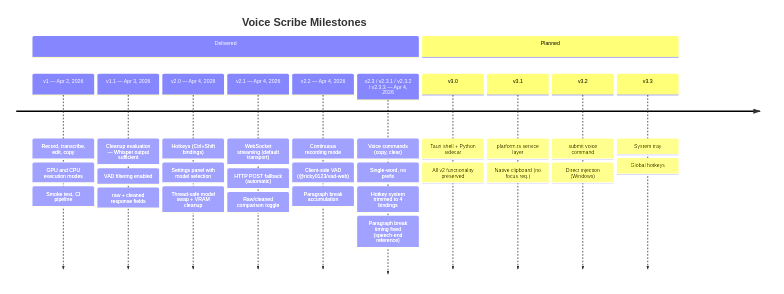
This is docs/v3/presentation/images/milestone-timeline.png from JohnYanez95/voice-scribe, a Mermaid export, as it was before one commit. Its source is kept beside it as docs/diagrams/milestone-timeline.mmd. Source of this version:
```mermaid
timeline
    title Voice Scribe Milestones
    section Delivered
        v1 — Apr 2, 2026
            : Record, transcribe, edit, copy
            : GPU and CPU execution modes
            : Smoke test, CI pipeline
        v1.1 — Apr 3, 2026
            : Cleanup evaluation — Whisper output sufficient
            : VAD filtering enabled
            : raw + cleaned response fields
        v2.0 — Apr 4, 2026
            : Hotkeys (Ctrl+Shift bindings)
            : Settings panel with model selection
            : Thread-safe model swap + VRAM cleanup
        v2.1 — Apr 4, 2026
            : WebSocket streaming (default transport)
            : HTTP POST fallback (automatic)
            : Raw/cleaned comparison toggle
        v2.2 — Apr 4, 2026
            : Continuous recording mode
            : Client-side VAD (@ricky0123/vad-web)
            : Paragraph break accumulation
        v2.3 / v2.3.1 / v2.3.2 / v2.3.3 — Apr 4, 2026
            : Voice commands (copy, clear)
            : Single-word, no prefix
            : Hotkey system trimmed to 4 bindings
            : Paragraph break timing fixed (speech-end reference)
        v3.0 — Apr 5, 2026
            : Tauri desktop shell
            : Python sidecar lifecycle
            : Bare-host GPU inference
            : WebKitGTK media permissions
            : Backend-readiness gate
    section Planned
        v3.1
            : platform.ts service layer
            : Native clipboard (no focus req.)
        v3.2
            : submit voice command
            : Direct injection (Windows)
        v3.3
            : System tray
            : Global hotkeys
```
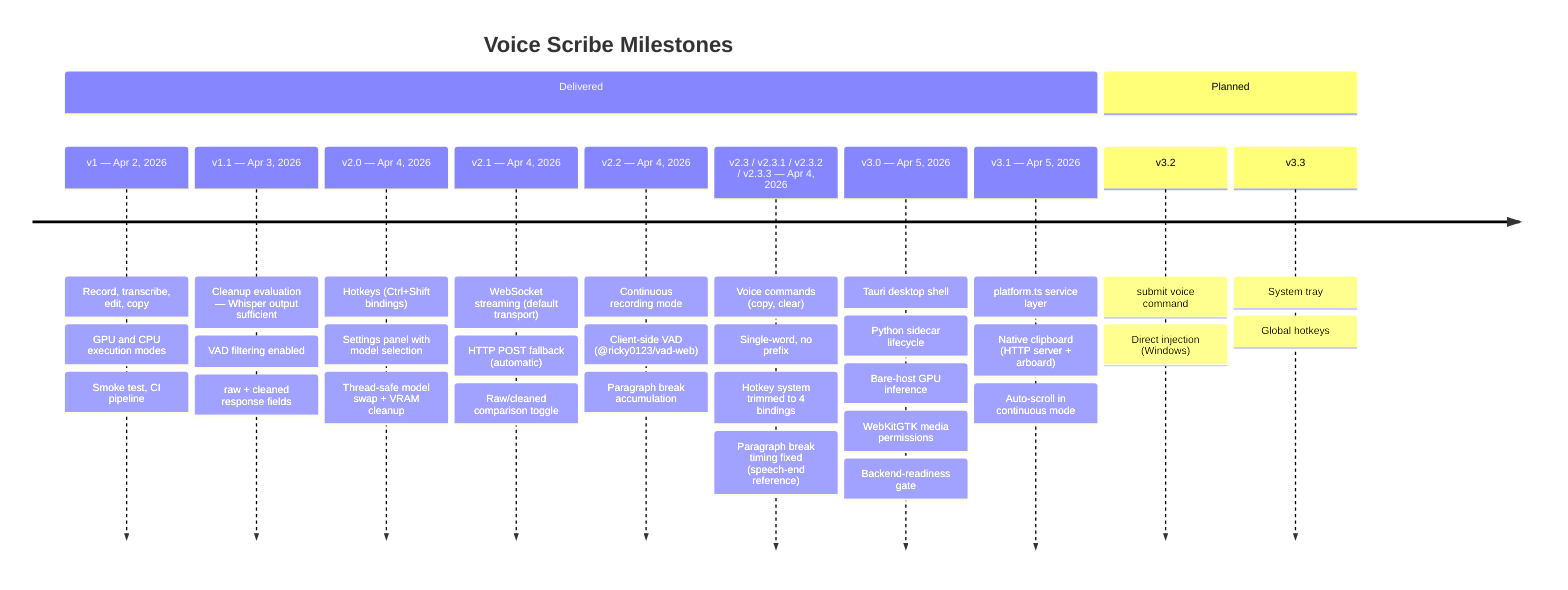
After the commit.

Commit message:
docs: v3 deck TikZ→Mermaid, v3.1 slide correction, milestone update

The edit, as a diff of the source:
```diff
@@ -32,10 +32,11 @@
             : Bare-host GPU inference
             : WebKitGTK media permissions
             : Backend-readiness gate
+        v3.1 — Apr 5, 2026
+            : platform.ts service layer
+            : Native clipboard (HTTP server + arboard)
+            : Auto-scroll in continuous mode
     section Planned
-        v3.1
-            : platform.ts service layer
-            : Native clipboard (no focus req.)
         v3.2
             : submit voice command
             : Direct injection (Windows)
```
